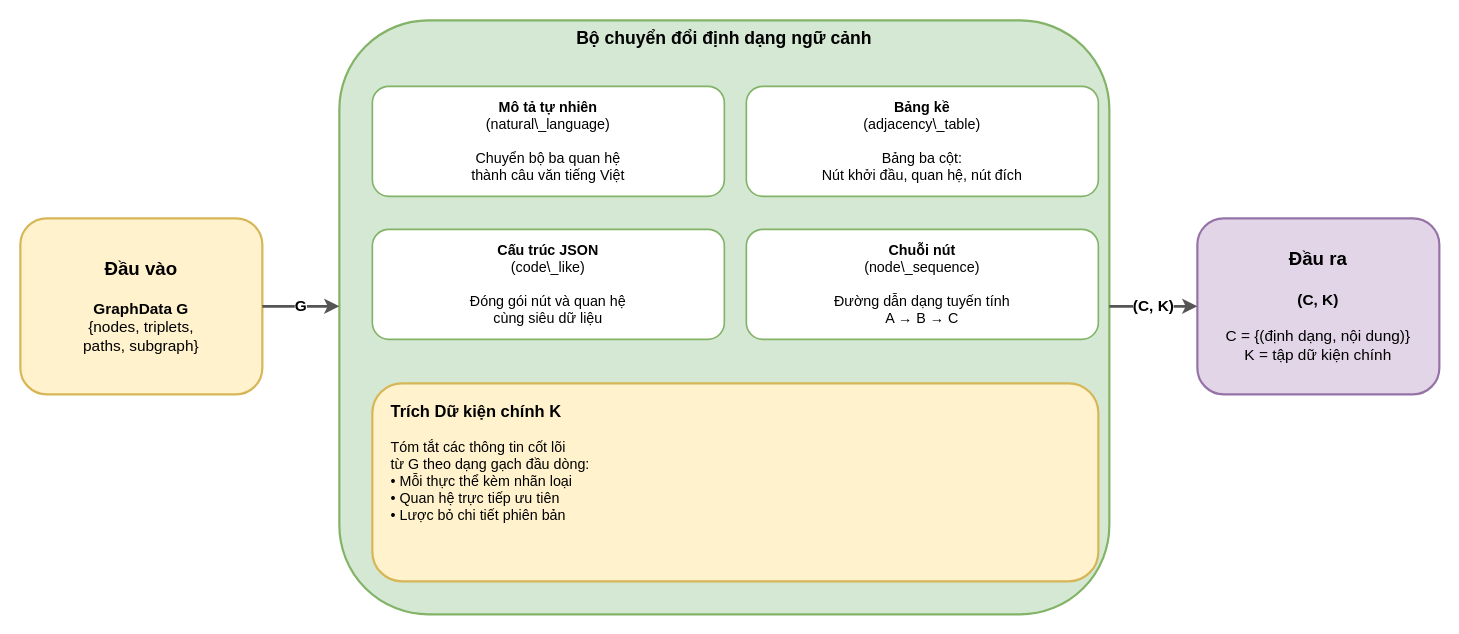
The draw.io diagram thesis/figures/c3/context_organization.drawio in BlackRose484/GraphRAG, before the edit. Source tidied: cells renumbered, new cells numbered last; positions are measured from the earlier drawing's top-left corner, leaving out a move shared by most shapes. Both pictures are drawn from the tidied source at 110%, with x=0, y=0 at pixel (20, 20).
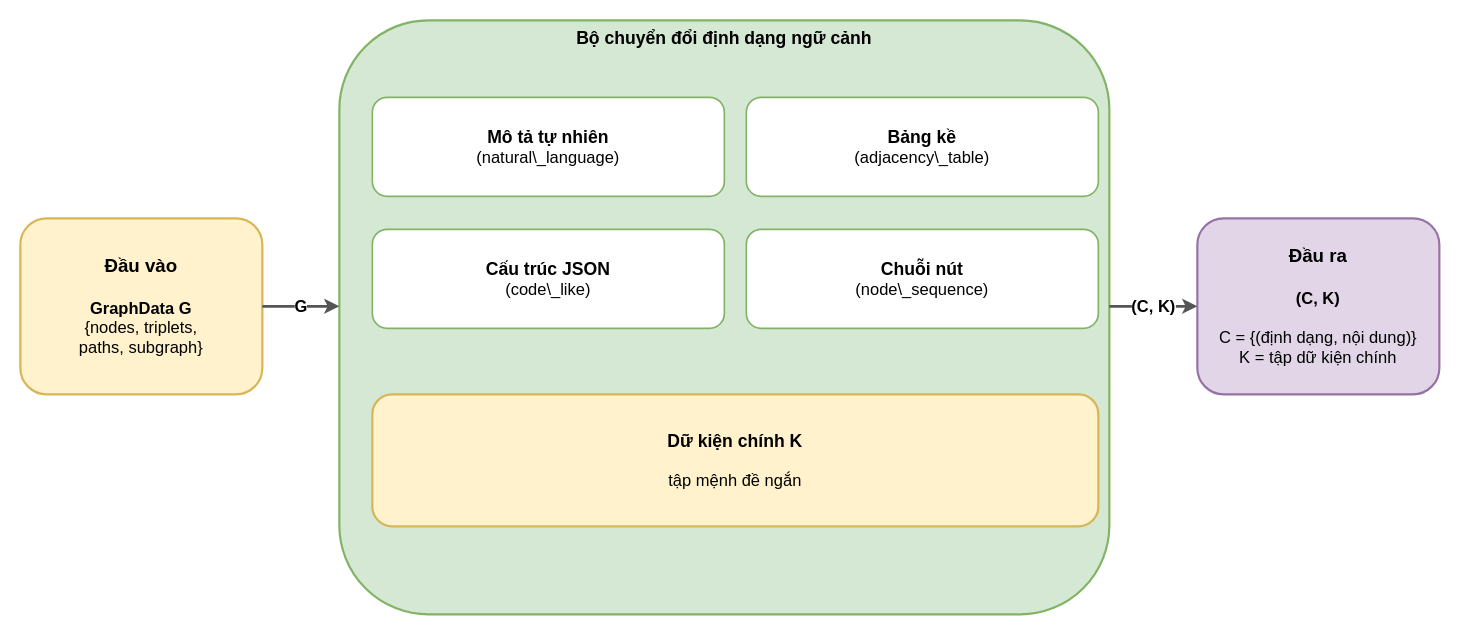
The same diagram, later.

Change to the diagram source:
```diff
@@
 <mxGraphModel>
   <root>
     <mxCell id="0" />
     <mxCell id="1" parent="0" />
-    <mxCell id="2" value="&lt;b style=&quot;font-size:17px&quot;&gt;Đầu vào&lt;/b&gt;&lt;br&gt;&lt;br&gt;&lt;b&gt;GraphData G&lt;/b&gt;&lt;br&gt;{nodes, triplets,&lt;br&gt;paths, subgraph}" style="rounded=1;whiteSpace=wrap;html=1;fillColor=#fff2cc;strokeColor=#d6b656;strokeWidth=2;fontSize=14;align=center;verticalAlign=middle;" parent="1" vertex="1">
+    <mxCell id="2" value="&lt;b style=&quot;font-size:17px&quot;&gt;Đầu vào&lt;/b&gt;&lt;br&gt;&lt;br&gt;&lt;b&gt;GraphData G&lt;/b&gt;&lt;br&gt;{nodes, triplets,&lt;br&gt;paths, subgraph}" style="rounded=1;whiteSpace=wrap;html=1;fillColor=#fff2cc;strokeColor=#d6b656;strokeWidth=2;fontSize=15;align=center;verticalAlign=middle;" parent="1" vertex="1">
       <mxGeometry y="180" width="220" height="160" as="geometry" />
     </mxCell>
     <mxCell id="3" value="Bộ chuyển đổi định dạng ngữ cảnh" style="rounded=1;whiteSpace=wrap;html=1;fillColor=#d5e8d4;strokeColor=#82b366;strokeWidth=2;fontSize=16;fontStyle=1;verticalAlign=top;align=center;" parent="1" vertex="1">
       <mxGeometry x="290" width="700" height="540" as="geometry" />
     </mxCell>
-    <mxCell id="4" value="&lt;b&gt;Mô tả tự nhiên&lt;/b&gt;&lt;br&gt;(natural\_language)&lt;br&gt;&lt;br&gt;Chuyển bộ ba quan hệ&lt;br&gt;thành câu văn tiếng Việt" style="rounded=1;whiteSpace=wrap;html=1;fillColor=#ffffff;strokeColor=#82b366;strokeWidth=1.5;fontSize=13;align=center;verticalAlign=middle;" parent="1" vertex="1">
-      <mxGeometry x="320" y="60" width="320" height="100" as="geometry" />
+    <mxCell id="4" value="&lt;b style=&quot;font-size:16px&quot;&gt;Mô tả tự nhiên&lt;/b&gt;&lt;br&gt;(natural\_language)" style="rounded=1;whiteSpace=wrap;html=1;fillColor=#ffffff;strokeColor=#82b366;strokeWidth=1.5;fontSize=15;align=center;verticalAlign=middle;" parent="1" vertex="1">
+      <mxGeometry x="320" y="70" width="320" height="90" as="geometry" />
     </mxCell>
-    <mxCell id="5" value="&lt;b&gt;Bảng kề&lt;/b&gt;&lt;br&gt;(adjacency\_table)&lt;br&gt;&lt;br&gt;Bảng ba cột:&lt;br&gt;Nút khởi đầu, quan hệ, nút đích" style="rounded=1;whiteSpace=wrap;html=1;fillColor=#ffffff;strokeColor=#82b366;strokeWidth=1.5;fontSize=13;align=center;verticalAlign=middle;" parent="1" vertex="1">
-      <mxGeometry x="660" y="60" width="320" height="100" as="geometry" />
+    <mxCell id="5" value="&lt;b style=&quot;font-size:16px&quot;&gt;Bảng kề&lt;/b&gt;&lt;br&gt;(adjacency\_table)" style="rounded=1;whiteSpace=wrap;html=1;fillColor=#ffffff;strokeColor=#82b366;strokeWidth=1.5;fontSize=15;align=center;verticalAlign=middle;" parent="1" vertex="1">
+      <mxGeometry x="660" y="70" width="320" height="90" as="geometry" />
     </mxCell>
-    <mxCell id="6" value="&lt;b&gt;Cấu trúc JSON&lt;/b&gt;&lt;br&gt;(code\_like)&lt;br&gt;&lt;br&gt;Đóng gói nút và quan hệ&lt;br&gt;cùng siêu dữ liệu" style="rounded=1;whiteSpace=wrap;html=1;fillColor=#ffffff;strokeColor=#82b366;strokeWidth=1.5;fontSize=13;align=center;verticalAlign=middle;" parent="1" vertex="1">
-      <mxGeometry x="320" y="190" width="320" height="100" as="geometry" />
+    <mxCell id="6" value="&lt;b style=&quot;font-size:16px&quot;&gt;Cấu trúc JSON&lt;/b&gt;&lt;br&gt;(code\_like)" style="rounded=1;whiteSpace=wrap;html=1;fillColor=#ffffff;strokeColor=#82b366;strokeWidth=1.5;fontSize=15;align=center;verticalAlign=middle;" parent="1" vertex="1">
+      <mxGeometry x="320" y="190" width="320" height="90" as="geometry" />
     </mxCell>
-    <mxCell id="7" value="&lt;b&gt;Chuỗi nút&lt;/b&gt;&lt;br&gt;(node\_sequence)&lt;br&gt;&lt;br&gt;Đường dẫn dạng tuyến tính&lt;br&gt;A → B → C" style="rounded=1;whiteSpace=wrap;html=1;fillColor=#ffffff;strokeColor=#82b366;strokeWidth=1.5;fontSize=13;align=center;verticalAlign=middle;" parent="1" vertex="1">
-      <mxGeometry x="660" y="190" width="320" height="100" as="geometry" />
+    <mxCell id="7" value="&lt;b style=&quot;font-size:16px&quot;&gt;Chuỗi nút&lt;/b&gt;&lt;br&gt;(node\_sequence)" style="rounded=1;whiteSpace=wrap;html=1;fillColor=#ffffff;strokeColor=#82b366;strokeWidth=1.5;fontSize=15;align=center;verticalAlign=middle;" parent="1" vertex="1">
+      <mxGeometry x="660" y="190" width="320" height="90" as="geometry" />
     </mxCell>
-    <mxCell id="8" value="&lt;b style=&quot;font-size:15px&quot;&gt;Trích Dữ kiện chính K&lt;/b&gt;&lt;br&gt;&lt;br&gt;Tóm tắt các thông tin cốt lõi&lt;br&gt;từ G theo dạng gạch đầu dòng:&lt;br&gt;• Mỗi thực thể kèm nhãn loại&lt;br&gt;• Quan hệ trực tiếp ưu tiên&lt;br&gt;• Lược bỏ chi tiết phiên bản" style="rounded=1;whiteSpace=wrap;html=1;fillColor=#fff2cc;strokeColor=#d6b656;strokeWidth=2;fontSize=13;align=left;verticalAlign=top;spacingLeft=15;spacingTop=10;" parent="1" vertex="1">
-      <mxGeometry x="320" y="330" width="660" height="180" as="geometry" />
+    <mxCell id="8" value="&lt;b style=&quot;font-size:16px&quot;&gt;Dữ kiện chính K&lt;/b&gt;&lt;br&gt;&lt;br&gt;tập mệnh đề ngắn" style="rounded=1;whiteSpace=wrap;html=1;fillColor=#fff2cc;strokeColor=#d6b656;strokeWidth=2;fontSize=15;align=center;verticalAlign=middle;" parent="1" vertex="1">
+      <mxGeometry x="320" y="340" width="660" height="120" as="geometry" />
     </mxCell>
-    <mxCell id="9" value="&lt;b style=&quot;font-size:17px&quot;&gt;Đầu ra&lt;/b&gt;&lt;br&gt;&lt;br&gt;&lt;b&gt;(C, K)&lt;/b&gt;&lt;br&gt;&lt;br&gt;C = {(định dạng, nội dung)}&lt;br&gt;K = tập dữ kiện chính" style="rounded=1;whiteSpace=wrap;html=1;fillColor=#e1d5e7;strokeColor=#9673a6;strokeWidth=2;fontSize=14;align=center;verticalAlign=middle;" parent="1" vertex="1">
+    <mxCell id="9" value="&lt;b style=&quot;font-size:17px&quot;&gt;Đầu ra&lt;/b&gt;&lt;br&gt;&lt;br&gt;&lt;b&gt;(C, K)&lt;/b&gt;&lt;br&gt;&lt;br&gt;C = {(định dạng, nội dung)}&lt;br&gt;K = tập dữ kiện chính" style="rounded=1;whiteSpace=wrap;html=1;fillColor=#e1d5e7;strokeColor=#9673a6;strokeWidth=2;fontSize=15;align=center;verticalAlign=middle;" parent="1" vertex="1">
       <mxGeometry x="1070" y="180" width="220" height="160" as="geometry" />
     </mxCell>
-    <mxCell id="10" value="G" style="endArrow=classic;html=1;rounded=0;strokeColor=#555555;strokeWidth=2.5;fontSize=14;fontStyle=1;exitX=1;exitY=0.5;exitDx=0;exitDy=0;" parent="1" edge="1" source="2">
+    <mxCell id="10" value="G" style="endArrow=classic;html=1;rounded=0;strokeColor=#555555;strokeWidth=2.5;fontSize=15;fontStyle=1;exitX=1;exitY=0.5;exitDx=0;exitDy=0;" parent="1" edge="1" source="2">
       <mxGeometry relative="1" as="geometry">
         <mxPoint x="290" y="260" as="targetPoint" />
       </mxGeometry>
     </mxCell>
-    <mxCell id="11" value="(C, K)" style="endArrow=classic;html=1;rounded=0;strokeColor=#555555;strokeWidth=2.5;fontSize=14;fontStyle=1;entryX=0;entryY=0.5;entryDx=0;entryDy=0;" parent="1" edge="1" target="9">
+    <mxCell id="11" value="(C, K)" style="endArrow=classic;html=1;rounded=0;strokeColor=#555555;strokeWidth=2.5;fontSize=15;fontStyle=1;entryX=0;entryY=0.5;entryDx=0;entryDy=0;" parent="1" edge="1" target="9">
       <mxGeometry relative="1" as="geometry">
         <mxPoint x="990" y="260" as="sourcePoint" />
       </mxGeometry>
     </mxCell>
   </root>
 </mxGraphModel>
```
